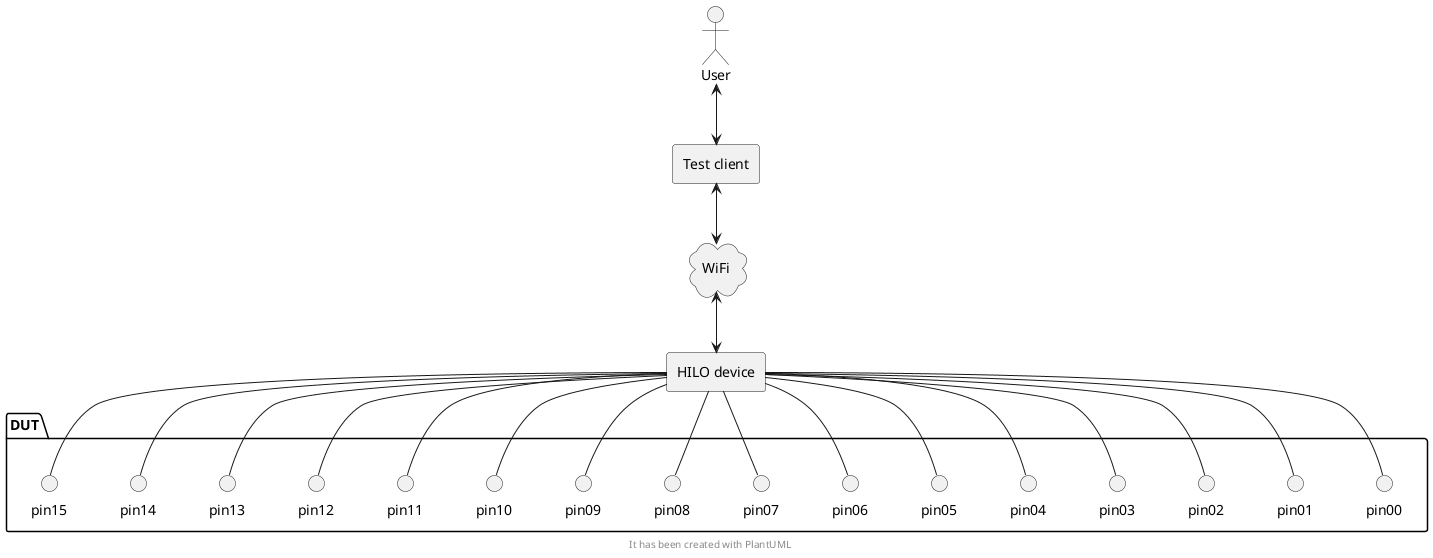
The PlantUML diagram images/overviewDiagram.png in catinella/HILO, before a commit.
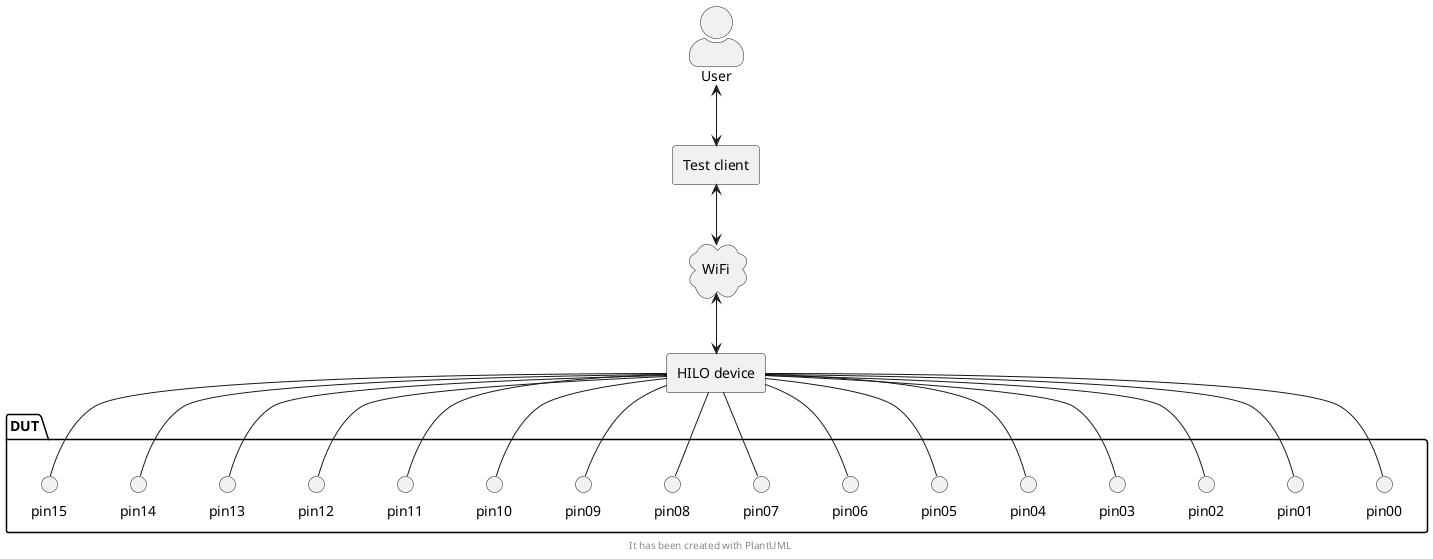
After the change.

What changed in the source:
```diff
@@ -1,10 +1,9 @@
 @startuml
 
 top to bottom direction
+skinparam actorStyle awesome
 
 footer "It has been created with PlantUML"
-
-actor User as USR
 
 cloud "WiFi" AS WLAN
 
@@ -31,7 +30,7 @@
 	circle "pin15" as DP15
 }
 
-USR  <-down-> TCL
+:User: <-down-> TCL
 TCL  <-down-> WLAN
 WLAN <-down-> HILO
 
```
